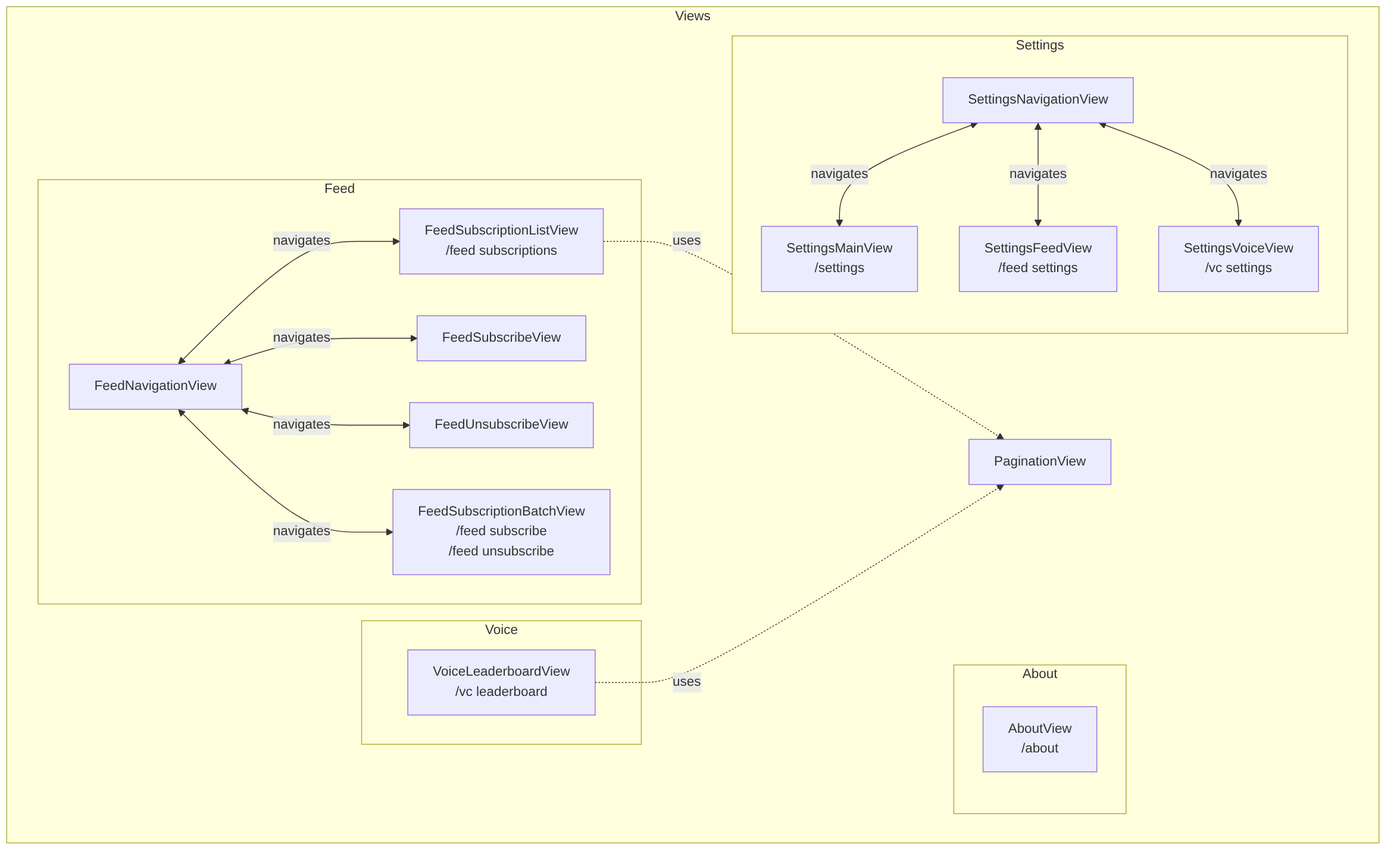
This is docs/diagrams/architecture-view-flow.png from FAZuH/pwr-bot, a Mermaid export, as it was before one commit. Its source is kept beside it as docs/diagrams/architecture-view-flow.mmd. The source it was exported from:
```mermaid
graph TB
    subgraph Views
        subgraph About
            AboutView["AboutView<br/>/about"]
        end

        subgraph Feed
            FeedNavigationView
            FeedSubscribeView
            FeedUnsubscribeView

            FeedSubscriptionBatchView["FeedSubscriptionBatchView<br/>/feed subscribe<br/>/feed unsubscribe"]
            FeedSubscriptionListView["FeedSubscriptionListView<br/>/feed subscriptions"]
        end

        subgraph Voice
            VoiceLeaderboardView["VoiceLeaderboardView<br/>/vc leaderboard"]
        end

        subgraph Settings
            SettingsMainView["SettingsMainView<br/>/settings"]
            SettingsFeedView["SettingsFeedView<br/>/feed settings"]
            SettingsVoiceView["SettingsVoiceView<br/>/vc settings"]
            SettingsNavigationView
        end

        PaginationView
    end

    FeedSubscriptionListView -.uses.-> PaginationView
    VoiceLeaderboardView -.uses.-> PaginationView

    SettingsNavigationView <-->|navigates| SettingsMainView
    SettingsNavigationView <-->|navigates| SettingsFeedView
    SettingsNavigationView <-->|navigates| SettingsVoiceView

    FeedNavigationView <-->|navigates| FeedSubscribeView
    FeedNavigationView <-->|navigates| FeedUnsubscribeView
    FeedNavigationView <-->|navigates| FeedSubscriptionListView
    FeedNavigationView <-->|navigates| FeedSubscriptionBatchView
```
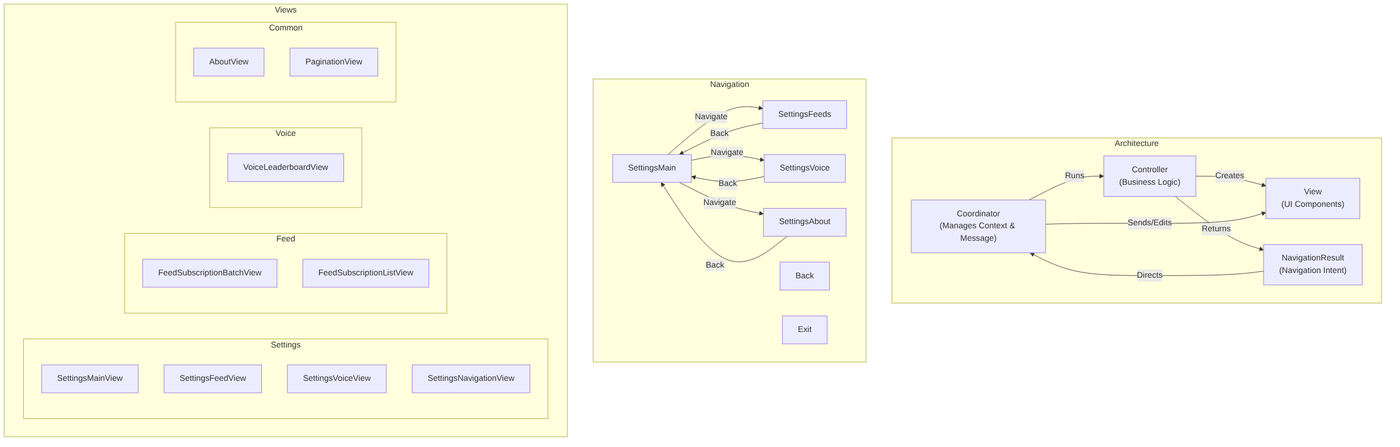
Later version of the same file.

Diff of the diagram source:
```diff
@@ -1,40 +1,53 @@
 graph TB
+    subgraph Architecture
+        Coordinator["Coordinator<br/>(Manages Context & Message)"]
+        Controller["Controller<br/>(Business Logic)"]
+        View["View<br/>(UI Components)"]
+        NavigationResult["NavigationResult<br/>(Navigation Intent)"]
+    end
+
+    Coordinator -->|Runs| Controller
+    Controller -->|Creates| View
+    Coordinator -->|Sends/Edits| View
+    Controller -->|Returns| NavigationResult
+    NavigationResult -->|Directs| Coordinator
+
+    subgraph Navigation
+        direction LR
+        SettingsMain[SettingsMain]
+        SettingsFeeds[SettingsFeeds]
+        SettingsVoice[SettingsVoice]
+        SettingsAbout[SettingsAbout]
+        Back[Back]
+        Exit[Exit]
+    end
+
+    SettingsMain -->|Navigate| SettingsFeeds
+    SettingsMain -->|Navigate| SettingsVoice
+    SettingsMain -->|Navigate| SettingsAbout
+    SettingsFeeds -->|Back| SettingsMain
+    SettingsVoice -->|Back| SettingsMain
+    SettingsAbout -->|Back| SettingsMain
+
     subgraph Views
-        subgraph About
-            AboutView["AboutView<br/>/about"]
+        subgraph Settings
+            SettingsMainView
+            SettingsFeedView
+            SettingsVoiceView
+            SettingsNavigationView
         end
 
         subgraph Feed
-            FeedNavigationView
-            FeedSubscribeView
-            FeedUnsubscribeView
-
-            FeedSubscriptionBatchView["FeedSubscriptionBatchView<br/>/feed subscribe<br/>/feed unsubscribe"]
-            FeedSubscriptionListView["FeedSubscriptionListView<br/>/feed subscriptions"]
+            FeedSubscriptionBatchView
+            FeedSubscriptionListView
         end
 
         subgraph Voice
-            VoiceLeaderboardView["VoiceLeaderboardView<br/>/vc leaderboard"]
+            VoiceLeaderboardView
         end
 
-        subgraph Settings
-            SettingsMainView["SettingsMainView<br/>/settings"]
-            SettingsFeedView["SettingsFeedView<br/>/feed settings"]
-            SettingsVoiceView["SettingsVoiceView<br/>/vc settings"]
-            SettingsNavigationView
+        subgraph Common
+            AboutView
+            PaginationView
         end
-
-        PaginationView
     end
-
-    FeedSubscriptionListView -.uses.-> PaginationView
-    VoiceLeaderboardView -.uses.-> PaginationView
-
-    SettingsNavigationView <-->|navigates| SettingsMainView
-    SettingsNavigationView <-->|navigates| SettingsFeedView
-    SettingsNavigationView <-->|navigates| SettingsVoiceView
-
-    FeedNavigationView <-->|navigates| FeedSubscribeView
-    FeedNavigationView <-->|navigates| FeedUnsubscribeView
-    FeedNavigationView <-->|navigates| FeedSubscriptionListView
-    FeedNavigationView <-->|navigates| FeedSubscriptionBatchView
```
